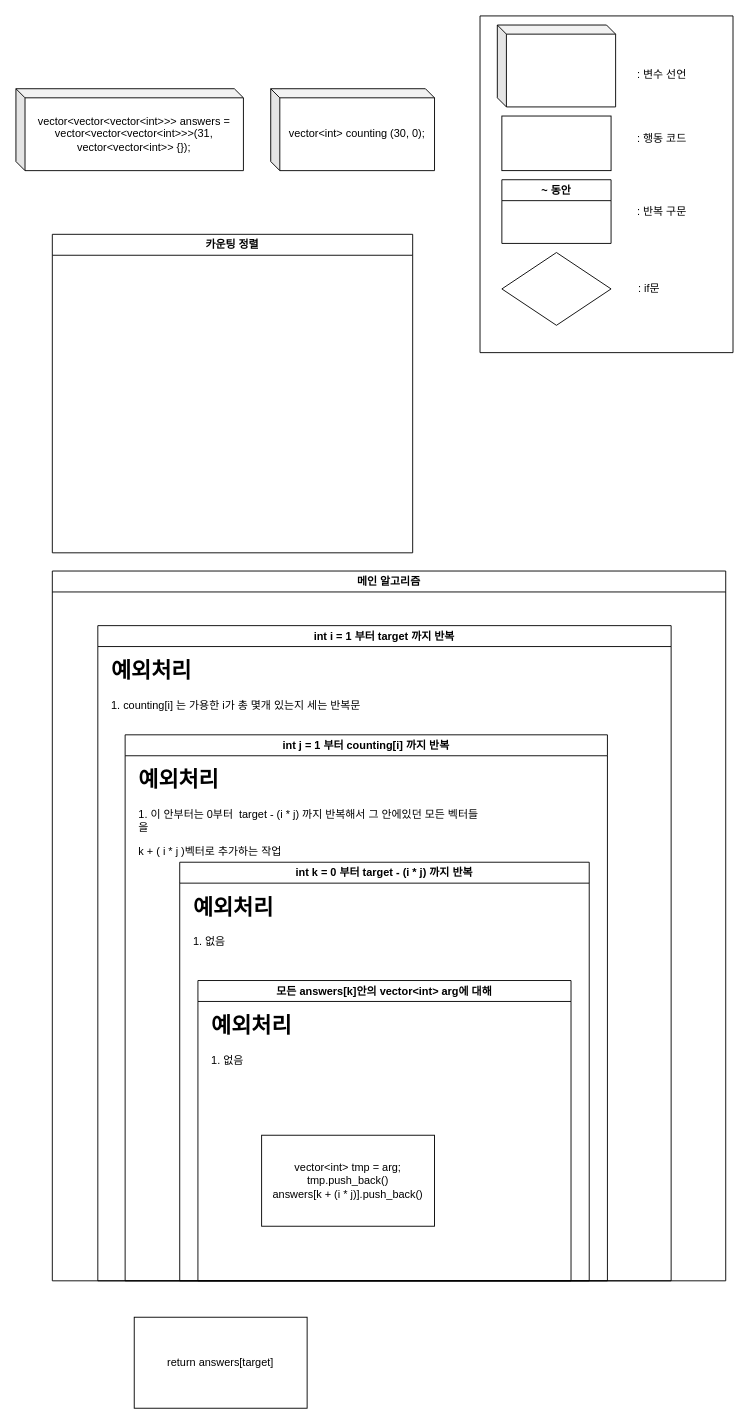
Earlier version of the draw.io diagram C++/MEDIUM/40. Combination Sum II.drawio (sangbumlikeagod/Leetcode_page). Source tidied: cells renumbered, new cells numbered last; positions are measured from the earlier drawing's top-left corner, leaving out a move shared by most shapes. Both pictures are drawn from the tidied source at 91%, with x=0, y=0 at pixel (15, 15).
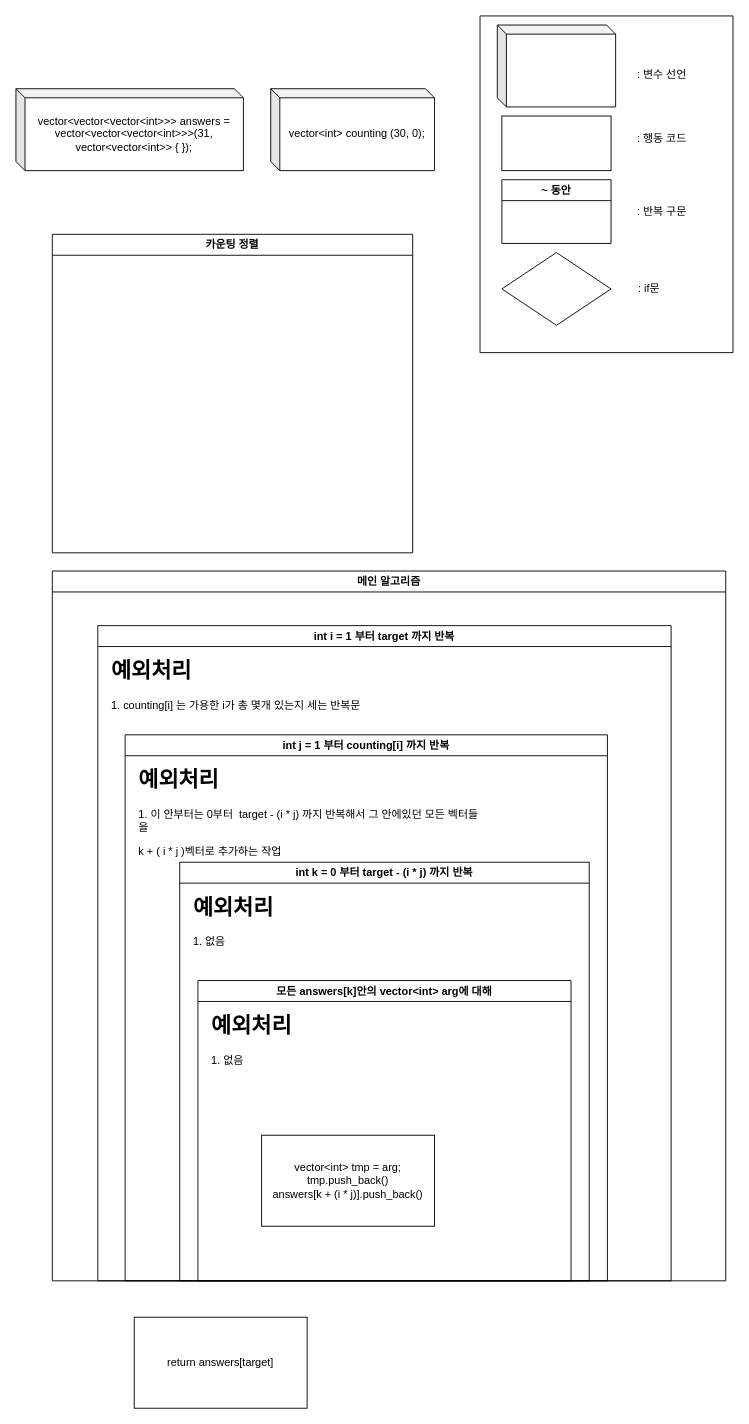
Above is the later version.

Change to the diagram source:
```diff
@@
-    <mxCell id="23" value="vector&amp;lt;vector&amp;lt;vector&amp;lt;int&amp;gt;&amp;gt;&amp;gt; answers = vector&amp;lt;vector&amp;lt;vector&amp;lt;int&amp;gt;&amp;gt;&amp;gt;(31, vector&amp;lt;vector&amp;lt;int&amp;gt;&amp;gt; {});" style="shape=cube;whiteSpace=wrap;html=1;boundedLbl=1;backgroundOutline=1;darkOpacity=0.05;darkOpacity2=0.1;size=10;" parent="1" vertex="1">
+    <mxCell id="23" value="vector&amp;lt;vector&amp;lt;vector&amp;lt;int&amp;gt;&amp;gt;&amp;gt; answers = vector&amp;lt;vector&amp;lt;vector&amp;lt;int&amp;gt;&amp;gt;&amp;gt;(31, vector&amp;lt;vector&amp;lt;int&amp;gt;&amp;gt; { });" style="shape=cube;whiteSpace=wrap;html=1;boundedLbl=1;backgroundOutline=1;darkOpacity=0.05;darkOpacity2=0.1;size=10;" parent="1" vertex="1">
       <mxGeometry y="80" width="250" height="90" as="geometry" />
     </mxCell>
```
